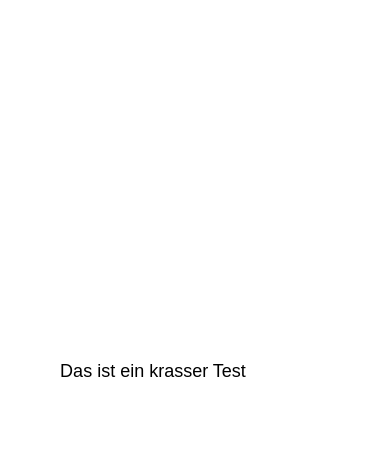
derlole/InDuStIaLfOrEcAsTiNgWELOVEIT keeps this draw.io diagram as diagrams/test.drawio. Above is the earlier version. Source tidied: cells renumbered, new cells numbered last; positions are measured from the earlier drawing's top-left corner, leaving out a move shared by most shapes. Both pictures are drawn from the tidied source at 150%, with x=0, y=0 at pixel (33, 296).
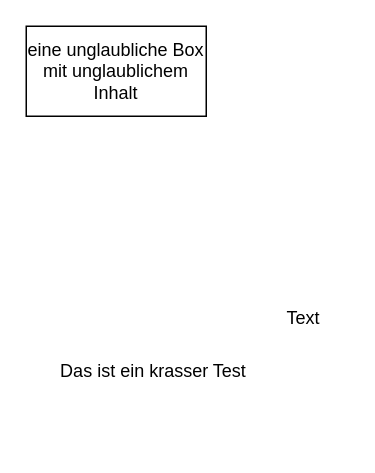
Above is the later version.

Commit message:
vielleicht funktioniert der workflow endlich

Diff of the diagram source:
```diff
@@
 <mxGraphModel>
   <root>
     <mxCell id="0" />
     <mxCell id="1" parent="0" />
     <mxCell id="2" value="Das ist ein krasser Test" style="text;html=1;align=center;verticalAlign=middle;whiteSpace=wrap;rounded=0;" parent="1" vertex="1">
       <mxGeometry width="160" height="100" as="geometry" />
     </mxCell>
+    <mxCell id="3" value="Text" style="text;html=1;align=center;verticalAlign=middle;whiteSpace=wrap;rounded=0;" parent="1" vertex="1">
+      <mxGeometry x="150" width="60" height="30" as="geometry" />
+    </mxCell>
+    <mxCell id="4" value="eine unglaubliche Box mit unglaublichem Inhalt" style="rounded=0;whiteSpace=wrap;html=1;" parent="1" vertex="1">
+      <mxGeometry x="-5" y="-180" width="120" height="60" as="geometry" />
+    </mxCell>
   </root>
 </mxGraphModel>
```
